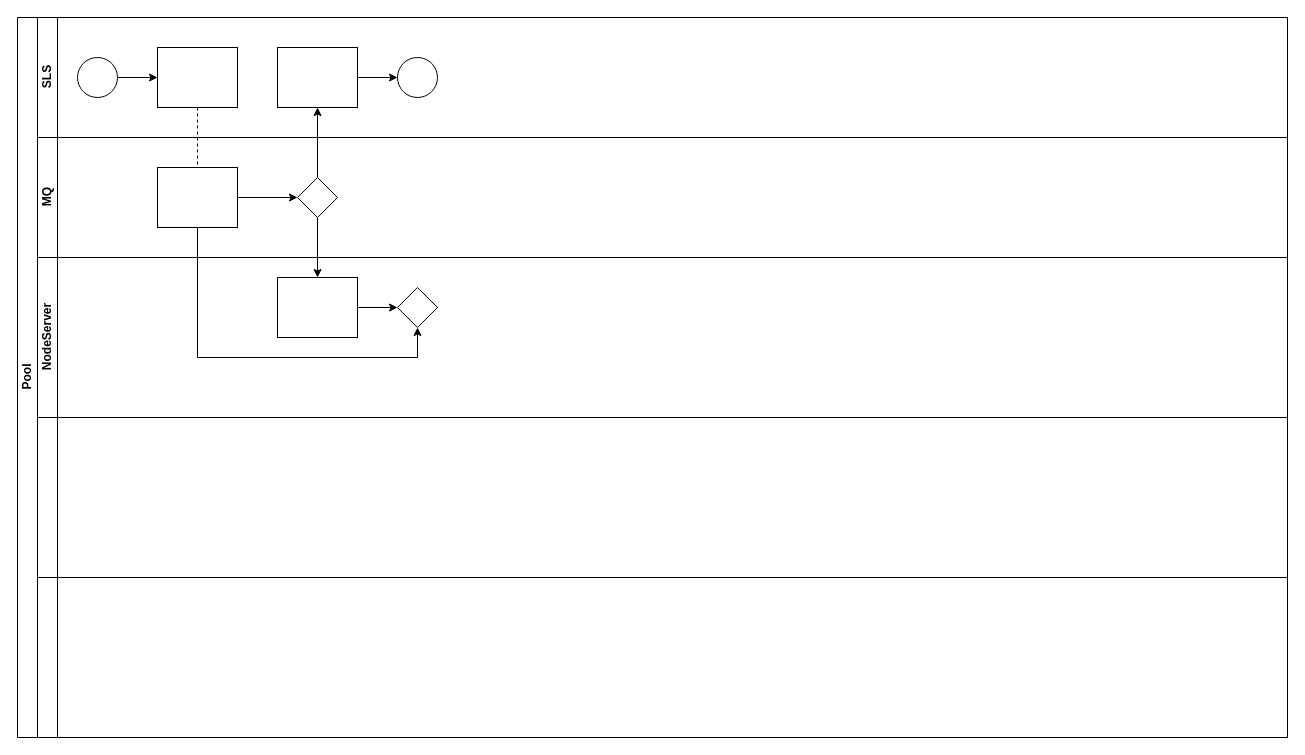
Above: worker/事件告警.drawio in TNT-Likely/diagrams (draw.io), before the change. Source tidied: cells renumbered, new cells numbered last; positions are measured from the earlier drawing's top-left corner, leaving out a move shared by most shapes. Both pictures are drawn from the tidied source at 100%, with x=0, y=0 at pixel (17, 17).
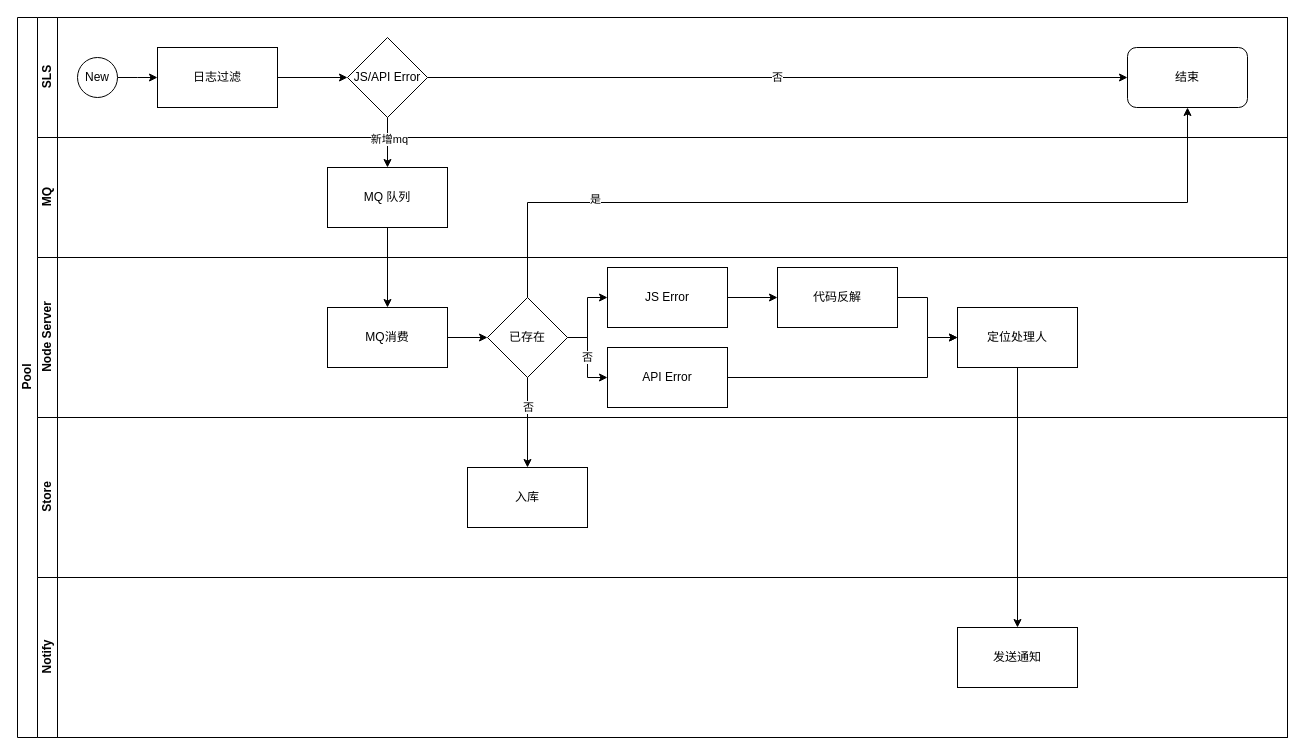
After the change.

Commit message (it also covers changes not shown here):
更新事件告警.drawio

The change refers to these unchanged cells:
```xml
<mxCell id="2" value="Pool" style="swimlane;html=1;horizontal=0;startSize=20;" parent="1" vertex="1">
  <mxGeometry width="1270" height="720" as="geometry" />
</mxCell>
<mxCell id="7" value="SLS" style="swimlane;html=1;startSize=20;horizontal=0;" parent="2" vertex="1">
  <mxGeometry x="20" width="1250" height="120" as="geometry" />
</mxCell>
<mxCell id="14" value="MQ" style="swimlane;html=1;startSize=20;horizontal=0;" parent="2" vertex="1">
  <mxGeometry x="20" y="120" width="1250" height="120" as="geometry" />
</mxCell>
```

The edit, as a diff of the source:
```diff
@@
-    <mxCell id="3" style="edgeStyle=orthogonalEdgeStyle;rounded=0;jettySize=auto;html=1;dashed=1;endArrow=none;endFill=0;" parent="2" edge="1" source="10" target="16">
-      <mxGeometry relative="1" as="geometry" />
-    </mxCell>
-    <mxCell id="4" style="edgeStyle=orthogonalEdgeStyle;rounded=0;jettySize=auto;html=1;endArrow=classic;endFill=1;" parent="2" edge="1" source="17" target="12">
-      <mxGeometry relative="1" as="geometry" />
-    </mxCell>
-    <mxCell id="5" style="edgeStyle=orthogonalEdgeStyle;rounded=0;jettySize=auto;html=1;endArrow=classic;endFill=1;" parent="2" edge="1" source="17" target="20">
-      <mxGeometry relative="1" as="geometry" />
+    <mxCell id="5" style="edgeStyle=orthogonalEdgeStyle;rounded=0;orthogonalLoop=1;jettySize=auto;html=1;endArrow=classic;endFill=1;" parent="2" edge="1">
+      <mxGeometry relative="1" as="geometry">
+        <mxPoint x="300" y="200" as="sourcePoint" />
+      </mxGeometry>
     </mxCell>
-    <mxCell id="6" style="edgeStyle=orthogonalEdgeStyle;rounded=0;jettySize=auto;html=1;endArrow=classic;endFill=1;" parent="2" edge="1" source="16" target="21">
-      <mxGeometry relative="1" as="geometry">
-        <Array as="points">
-          <mxPoint x="180" y="340" />
-          <mxPoint x="400" y="340" />
-        </Array>
-      </mxGeometry>
-    </mxCell>
@@
-    <mxCell id="8" style="edgeStyle=orthogonalEdgeStyle;rounded=0;jettySize=auto;html=1;" parent="7" edge="1" source="9" target="10">
-      <mxGeometry relative="1" as="geometry" />
+    <mxCell id="8" style="edgeStyle=orthogonalEdgeStyle;rounded=0;jettySize=auto;html=1;" parent="7" edge="1" source="9">
+      <mxGeometry relative="1" as="geometry">
+        <mxPoint x="120" y="60" as="targetPoint" />
+      </mxGeometry>
     </mxCell>
-    <mxCell id="9" style="ellipse;whiteSpace=wrap;html=1;" parent="7" vertex="1">
+    <mxCell id="9" value="New" style="ellipse;whiteSpace=wrap;html=1;" parent="7" vertex="1">
       <mxGeometry x="40" y="40" width="40" height="40" as="geometry" />
     </mxCell>
-    <mxCell id="10" style="rounded=0;whiteSpace=wrap;html=1;fontFamily=Helvetica;fontSize=12;fontColor=#000000;align=center;" parent="7" vertex="1">
-      <mxGeometry x="120" y="30" width="80" height="60" as="geometry" />
-    </mxCell>
-    <mxCell id="11" style="edgeStyle=orthogonalEdgeStyle;rounded=0;jettySize=auto;html=1;endArrow=classic;endFill=1;" parent="7" edge="1" source="12" target="13">
-      <mxGeometry relative="1" as="geometry" />
+    <mxCell id="11" style="edgeStyle=orthogonalEdgeStyle;rounded=0;orthogonalLoop=1;jettySize=auto;html=1;endArrow=classic;endFill=1;" parent="7" edge="1">
+      <mxGeometry relative="1" as="geometry">
+        <mxPoint x="320" y="60" as="sourcePoint" />
+      </mxGeometry>
     </mxCell>
-    <mxCell id="12" style="rounded=0;whiteSpace=wrap;html=1;fontFamily=Helvetica;fontSize=12;fontColor=#000000;align=center;" parent="7" vertex="1">
-      <mxGeometry x="240" y="30" width="80" height="60" as="geometry" />
-    </mxCell>
-    <mxCell id="13" style="ellipse;whiteSpace=wrap;html=1;" parent="7" vertex="1">
-      <mxGeometry x="360" y="40" width="40" height="40" as="geometry" />
-    </mxCell>
+    <mxCell id="24" style="edgeStyle=orthogonalEdgeStyle;rounded=0;jettySize=auto;html=1;exitX=1;exitY=0.5;exitDx=0;exitDy=0;entryX=0;entryY=0.5;entryDx=0;entryDy=0;" parent="7" edge="1" source="25" target="27">
+      <mxGeometry relative="1" as="geometry" />
+    </mxCell>
+    <mxCell id="25" value="日志过滤" style="rounded=0;whiteSpace=wrap;html=1;" parent="7" vertex="1">
+      <mxGeometry x="120" y="30" width="120" height="60" as="geometry" />
+    </mxCell>
+    <mxCell id="26" value="否" style="edgeStyle=orthogonalEdgeStyle;rounded=0;jettySize=auto;html=1;exitX=1;exitY=0.5;exitDx=0;exitDy=0;" parent="7" edge="1" source="27" target="28">
+      <mxGeometry relative="1" as="geometry" />
+    </mxCell>
+    <mxCell id="27" value="JS/API Error" style="rhombus;whiteSpace=wrap;html=1;" parent="7" vertex="1">
+      <mxGeometry x="310" y="20" width="80" height="80" as="geometry" />
+    </mxCell>
+    <mxCell id="28" value="结束" style="rounded=1;whiteSpace=wrap;html=1;" parent="7" vertex="1">
+      <mxGeometry x="1090" y="30" width="120" height="60" as="geometry" />
+    </mxCell>
@@
-    <mxCell id="15" style="edgeStyle=orthogonalEdgeStyle;rounded=0;jettySize=auto;html=1;endArrow=classic;endFill=1;" parent="14" edge="1" source="16" target="17">
-      <mxGeometry relative="1" as="geometry" />
+    <mxCell id="15" style="edgeStyle=orthogonalEdgeStyle;rounded=0;orthogonalLoop=1;jettySize=auto;html=1;endArrow=classic;endFill=1;" parent="14" edge="1">
+      <mxGeometry relative="1" as="geometry">
+        <mxPoint x="260" y="60" as="targetPoint" />
+      </mxGeometry>
     </mxCell>
-    <mxCell id="16" style="rounded=0;whiteSpace=wrap;html=1;fontFamily=Helvetica;fontSize=12;fontColor=#000000;align=center;" parent="14" vertex="1">
-      <mxGeometry x="120" y="30" width="80" height="60" as="geometry" />
-    </mxCell>
-    <mxCell id="17" style="rhombus;whiteSpace=wrap;html=1;fontFamily=Helvetica;fontSize=12;fontColor=#000000;align=center;" parent="14" vertex="1">
-      <mxGeometry x="260" y="40" width="40" height="40" as="geometry" />
-    </mxCell>
-    <mxCell id="18" value="NodeServer" style="swimlane;html=1;startSize=20;horizontal=0;" parent="2" vertex="1">
-      <mxGeometry x="20" y="240" width="1250" height="160" as="geometry" />
-    </mxCell>
-    <mxCell id="19" style="edgeStyle=orthogonalEdgeStyle;rounded=0;jettySize=auto;html=1;endArrow=classic;endFill=1;" parent="18" edge="1" source="20" target="21">
-      <mxGeometry relative="1" as="geometry" />
-    </mxCell>
-    <mxCell id="20" style="rounded=0;whiteSpace=wrap;html=1;fontFamily=Helvetica;fontSize=12;fontColor=#000000;align=center;" parent="18" vertex="1">
-      <mxGeometry x="240" y="20" width="80" height="60" as="geometry" />
-    </mxCell>
-    <mxCell id="21" style="rhombus;whiteSpace=wrap;html=1;fontFamily=Helvetica;fontSize=12;fontColor=#000000;align=center;" parent="18" vertex="1">
-      <mxGeometry x="360" y="30" width="40" height="40" as="geometry" />
-    </mxCell>
+    <mxCell id="29" value="MQ 队列" style="rounded=0;whiteSpace=wrap;html=1;" parent="14" vertex="1">
+      <mxGeometry x="290" y="30" width="120" height="60" as="geometry" />
+    </mxCell>
+    <mxCell id="30" value="Node Server" style="swimlane;html=1;startSize=20;horizontal=0;" parent="2" vertex="1">
+      <mxGeometry x="20" y="240" width="1250" height="160" as="geometry" />
+    </mxCell>
+    <mxCell id="31" style="edgeStyle=orthogonalEdgeStyle;rounded=0;jettySize=auto;html=1;exitX=1;exitY=0.5;exitDx=0;exitDy=0;entryX=0;entryY=0.5;entryDx=0;entryDy=0;" parent="30" edge="1" source="32" target="41">
+      <mxGeometry relative="1" as="geometry" />
+    </mxCell>
+    <mxCell id="32" value="MQ消费" style="rounded=0;whiteSpace=wrap;html=1;" parent="30" vertex="1">
+      <mxGeometry x="290" y="50" width="120" height="60" as="geometry" />
+    </mxCell>
+    <mxCell id="33" style="edgeStyle=orthogonalEdgeStyle;rounded=0;jettySize=auto;html=1;exitX=1;exitY=0.5;exitDx=0;exitDy=0;entryX=0;entryY=0.5;entryDx=0;entryDy=0;" parent="30" edge="1" source="34" target="38">
+      <mxGeometry relative="1" as="geometry" />
+    </mxCell>
+    <mxCell id="34" value="JS Error" style="rounded=0;whiteSpace=wrap;html=1;" parent="30" vertex="1">
+      <mxGeometry x="570" y="10" width="120" height="60" as="geometry" />
+    </mxCell>
+    <mxCell id="35" style="edgeStyle=orthogonalEdgeStyle;rounded=0;jettySize=auto;html=1;exitX=1;exitY=0.5;exitDx=0;exitDy=0;entryX=0;entryY=0.5;entryDx=0;entryDy=0;" parent="30" edge="1" source="36" target="42">
+      <mxGeometry relative="1" as="geometry">
+        <Array as="points">
+          <mxPoint x="890" y="120" />
+          <mxPoint x="890" y="80" />
+        </Array>
+      </mxGeometry>
+    </mxCell>
+    <mxCell id="36" value="API Error" style="rounded=0;whiteSpace=wrap;html=1;" parent="30" vertex="1">
+      <mxGeometry x="570" y="90" width="120" height="60" as="geometry" />
+    </mxCell>
+    <mxCell id="37" style="edgeStyle=orthogonalEdgeStyle;rounded=0;jettySize=auto;html=1;exitX=1;exitY=0.5;exitDx=0;exitDy=0;entryX=0;entryY=0.5;entryDx=0;entryDy=0;" parent="30" edge="1" source="38" target="42">
+      <mxGeometry relative="1" as="geometry" />
+    </mxCell>
+    <mxCell id="38" value="代码反解" style="rounded=0;whiteSpace=wrap;html=1;" parent="30" vertex="1">
+      <mxGeometry x="740" y="10" width="120" height="60" as="geometry" />
+    </mxCell>
+    <mxCell id="39" style="edgeStyle=orthogonalEdgeStyle;rounded=0;jettySize=auto;html=1;exitX=1;exitY=0.5;exitDx=0;exitDy=0;entryX=0;entryY=0.5;entryDx=0;entryDy=0;" parent="30" edge="1" source="41" target="34">
+      <mxGeometry relative="1" as="geometry" />
+    </mxCell>
+    <mxCell id="40" value="否" style="edgeStyle=orthogonalEdgeStyle;rounded=0;jettySize=auto;html=1;exitX=1;exitY=0.5;exitDx=0;exitDy=0;entryX=0;entryY=0.5;entryDx=0;entryDy=0;" parent="30" edge="1" source="41" target="36">
+      <mxGeometry relative="1" as="geometry" />
+    </mxCell>
+    <mxCell id="41" value="已存在" style="rhombus;whiteSpace=wrap;html=1;" parent="30" vertex="1">
+      <mxGeometry x="450" y="40" width="80" height="80" as="geometry" />
+    </mxCell>
+    <mxCell id="42" value="定位处理人" style="rounded=0;whiteSpace=wrap;html=1;" parent="30" vertex="1">
+      <mxGeometry x="920" y="50" width="120" height="60" as="geometry" />
+    </mxCell>
-    <mxCell id="22" style="swimlane;html=1;startSize=20;horizontal=0;" parent="2" vertex="1">
+    <mxCell id="22" value="Store" style="swimlane;html=1;startSize=20;horizontal=0;" parent="2" vertex="1">
       <mxGeometry x="20" y="400" width="1250" height="160" as="geometry" />
     </mxCell>
+    <mxCell id="43" value="入库" style="rounded=0;whiteSpace=wrap;html=1;" parent="22" vertex="1">
+      <mxGeometry x="430" y="50" width="120" height="60" as="geometry" />
+    </mxCell>
-    <mxCell id="23" style="swimlane;html=1;startSize=20;horizontal=0;" parent="2" vertex="1">
+    <mxCell id="23" value="Notify" style="swimlane;html=1;startSize=20;horizontal=0;" parent="2" vertex="1">
       <mxGeometry x="20" y="560" width="1250" height="160" as="geometry" />
     </mxCell>
+    <mxCell id="44" value="发送通知" style="rounded=0;whiteSpace=wrap;html=1;" parent="23" vertex="1">
+      <mxGeometry x="920" y="50" width="120" height="60" as="geometry" />
+    </mxCell>
+    <mxCell id="45" style="edgeStyle=orthogonalEdgeStyle;rounded=0;jettySize=auto;html=1;exitX=0.5;exitY=1;exitDx=0;exitDy=0;entryX=0.5;entryY=0;entryDx=0;entryDy=0;" parent="2" edge="1" source="27" target="29">
+      <mxGeometry relative="1" as="geometry" />
+    </mxCell>
+    <mxCell id="46" value="新增mq" style="edgeLabel;html=1;align=center;verticalAlign=middle;" parent="45" vertex="1">
+      <mxGeometry x="-0.16" y="1" relative="1" as="geometry" />
+    </mxCell>
+    <mxCell id="47" style="edgeStyle=orthogonalEdgeStyle;rounded=0;jettySize=auto;html=1;exitX=0.5;exitY=1;exitDx=0;exitDy=0;entryX=0.5;entryY=0;entryDx=0;entryDy=0;" parent="2" edge="1" source="29" target="32">
+      <mxGeometry relative="1" as="geometry" />
+    </mxCell>
+    <mxCell id="48" style="edgeStyle=orthogonalEdgeStyle;rounded=0;jettySize=auto;html=1;exitX=0.5;exitY=0;exitDx=0;exitDy=0;" parent="2" edge="1" source="41" target="28">
+      <mxGeometry relative="1" as="geometry" />
+    </mxCell>
+    <mxCell id="49" value="是" style="edgeLabel;html=1;align=center;verticalAlign=middle;" parent="48" vertex="1">
+      <mxGeometry x="-0.62" y="4" relative="1" as="geometry" />
+    </mxCell>
+    <mxCell id="50" style="edgeStyle=orthogonalEdgeStyle;rounded=0;jettySize=auto;html=1;exitX=0.5;exitY=1;exitDx=0;exitDy=0;entryX=0.5;entryY=0;entryDx=0;entryDy=0;" parent="2" edge="1" source="41" target="43">
+      <mxGeometry relative="1" as="geometry" />
+    </mxCell>
+    <mxCell id="51" value="否" style="edgeLabel;html=1;align=center;verticalAlign=middle;" parent="50" vertex="1">
+      <mxGeometry x="-0.36" relative="1" as="geometry" />
+    </mxCell>
+    <mxCell id="52" style="edgeStyle=orthogonalEdgeStyle;rounded=0;jettySize=auto;html=1;exitX=0.5;exitY=1;exitDx=0;exitDy=0;" parent="2" edge="1" source="42" target="44">
+      <mxGeometry relative="1" as="geometry" />
+    </mxCell>
```
